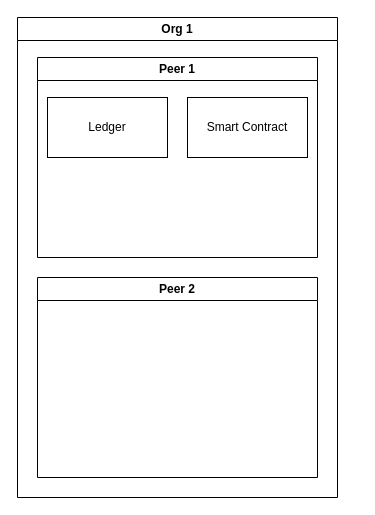
Before: HyperledgerFabricDiagram.drawio in SifisoMzansi/architecture-diagrams, a draw.io diagram. Source tidied: cells renumbered, new cells numbered last; positions are measured from the earlier drawing's top-left corner, leaving out a move shared by most shapes. Both pictures are drawn from the tidied source at 100%, with x=0, y=0 at pixel (17, 17).
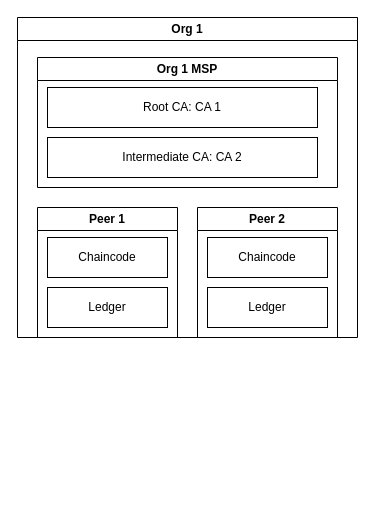
The same diagram, later.

Diff of the diagram source:
```diff
@@
 <mxGraphModel>
   <root>
     <mxCell id="0" />
     <mxCell id="1" parent="0" />
     <mxCell id="2" value="Org 1" style="swimlane;whiteSpace=wrap;html=1;" parent="1" vertex="1">
-      <mxGeometry width="320" height="480" as="geometry" />
+      <mxGeometry width="340" height="320" as="geometry" />
     </mxCell>
-    <mxCell id="3" value="Peer 1" style="swimlane;whiteSpace=wrap;html=1;" parent="2" vertex="1">
-      <mxGeometry x="20" y="40" width="280" height="200" as="geometry" />
+    <mxCell id="3" value="Peer 2" style="swimlane;whiteSpace=wrap;html=1;" parent="2" vertex="1">
+      <mxGeometry x="180" y="190" width="140" height="130" as="geometry" />
     </mxCell>
     <mxCell id="4" value="Ledger" style="rounded=0;whiteSpace=wrap;html=1;" parent="3" vertex="1">
-      <mxGeometry x="10" y="40" width="120" height="60" as="geometry" />
+      <mxGeometry x="10" y="80" width="120" height="40" as="geometry" />
     </mxCell>
-    <mxCell id="5" value="Smart Contract" style="rounded=0;whiteSpace=wrap;html=1;" parent="3" vertex="1">
-      <mxGeometry x="150" y="40" width="120" height="60" as="geometry" />
+    <mxCell id="5" value="Chaincode" style="rounded=0;whiteSpace=wrap;html=1;" parent="3" vertex="1">
+      <mxGeometry x="10" y="30" width="120" height="40" as="geometry" />
     </mxCell>
-    <mxCell id="6" value="Peer 2" style="swimlane;whiteSpace=wrap;html=1;" parent="2" vertex="1">
-      <mxGeometry x="20" y="260" width="280" height="200" as="geometry" />
-    </mxCell>
+    <mxCell id="7" value="Org 1 MSP" style="swimlane;whiteSpace=wrap;html=1;" parent="2" vertex="1">
+      <mxGeometry x="20" y="40" width="300" height="130" as="geometry" />
+    </mxCell>
+    <mxCell id="8" value="Intermediate CA: CA 2" style="rounded=0;whiteSpace=wrap;html=1;" parent="7" vertex="1">
+      <mxGeometry x="10" y="80" width="270" height="40" as="geometry" />
+    </mxCell>
+    <mxCell id="9" value="Root CA: CA 1" style="rounded=0;whiteSpace=wrap;html=1;" parent="7" vertex="1">
+      <mxGeometry x="10" y="30" width="270" height="40" as="geometry" />
+    </mxCell>
+    <mxCell id="10" value="Peer 1" style="swimlane;whiteSpace=wrap;html=1;" parent="2" vertex="1">
+      <mxGeometry x="20" y="190" width="140" height="130" as="geometry" />
+    </mxCell>
+    <mxCell id="11" value="Ledger" style="rounded=0;whiteSpace=wrap;html=1;" parent="10" vertex="1">
+      <mxGeometry x="10" y="80" width="120" height="40" as="geometry" />
+    </mxCell>
+    <mxCell id="12" value="Chaincode" style="rounded=0;whiteSpace=wrap;html=1;" parent="10" vertex="1">
+      <mxGeometry x="10" y="30" width="120" height="40" as="geometry" />
+    </mxCell>
   </root>
 </mxGraphModel>
```
